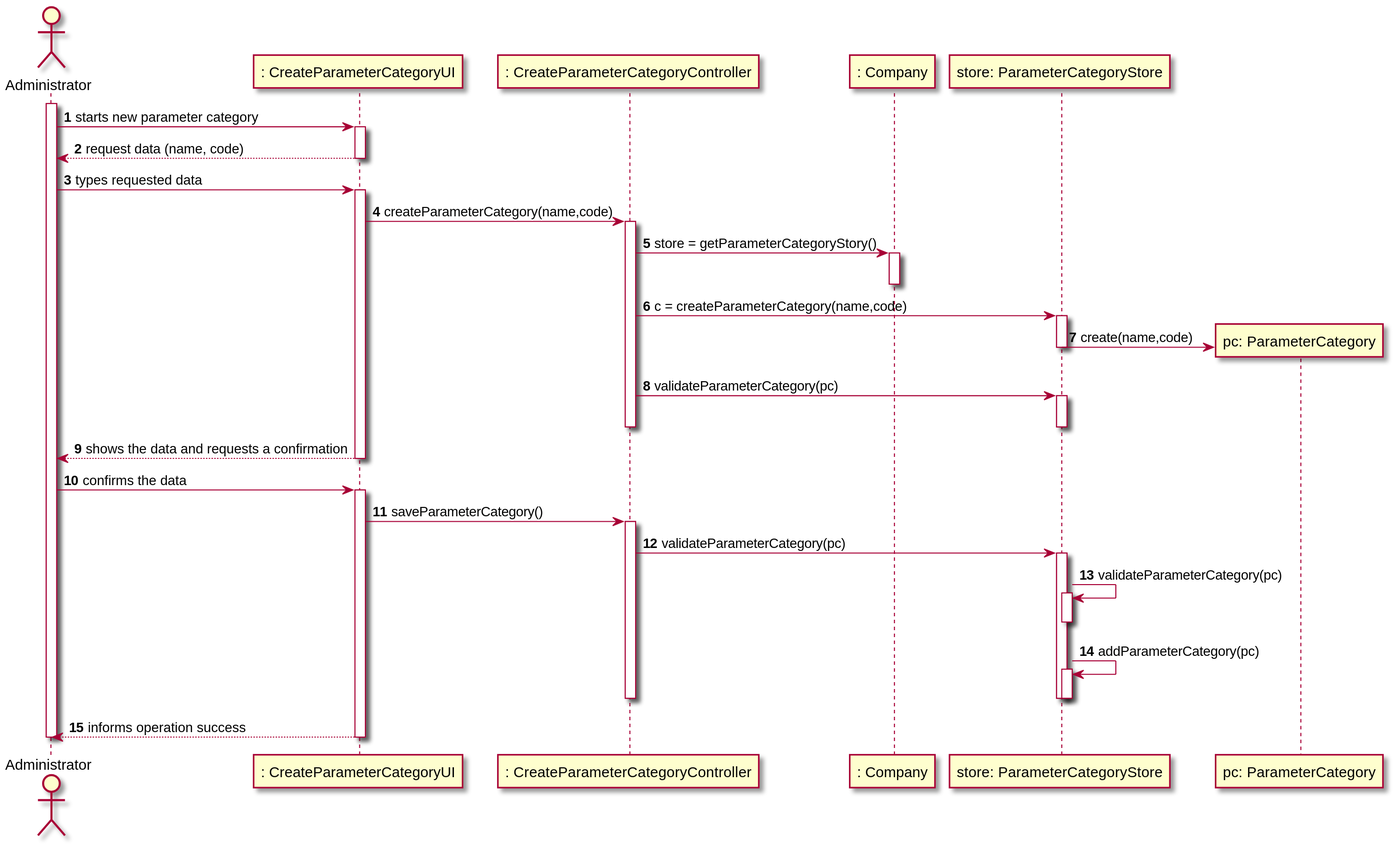
Earlier version of the PlantUML export docs/SprintB/US11/US11-SD.svg (manu-07-ela/LAPR2_ISEP).
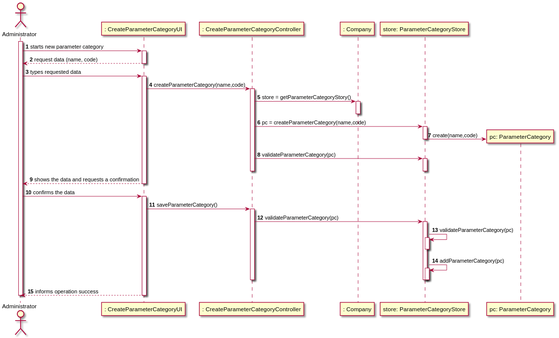
Above is the later version.

Diff of the diagram source:
```diff
@@ -21,7 +21,7 @@
 CTRL -> Comp : store = getParameterCategoryStory()
 activate Comp
 deactivate Comp
-CTRL -> str : c = createParameterCategory(name,code)
+CTRL -> str : pc = createParameterCategory(name,code)
 activate str
 str -> Cat** : create(name,code)
 deactivate str
```
